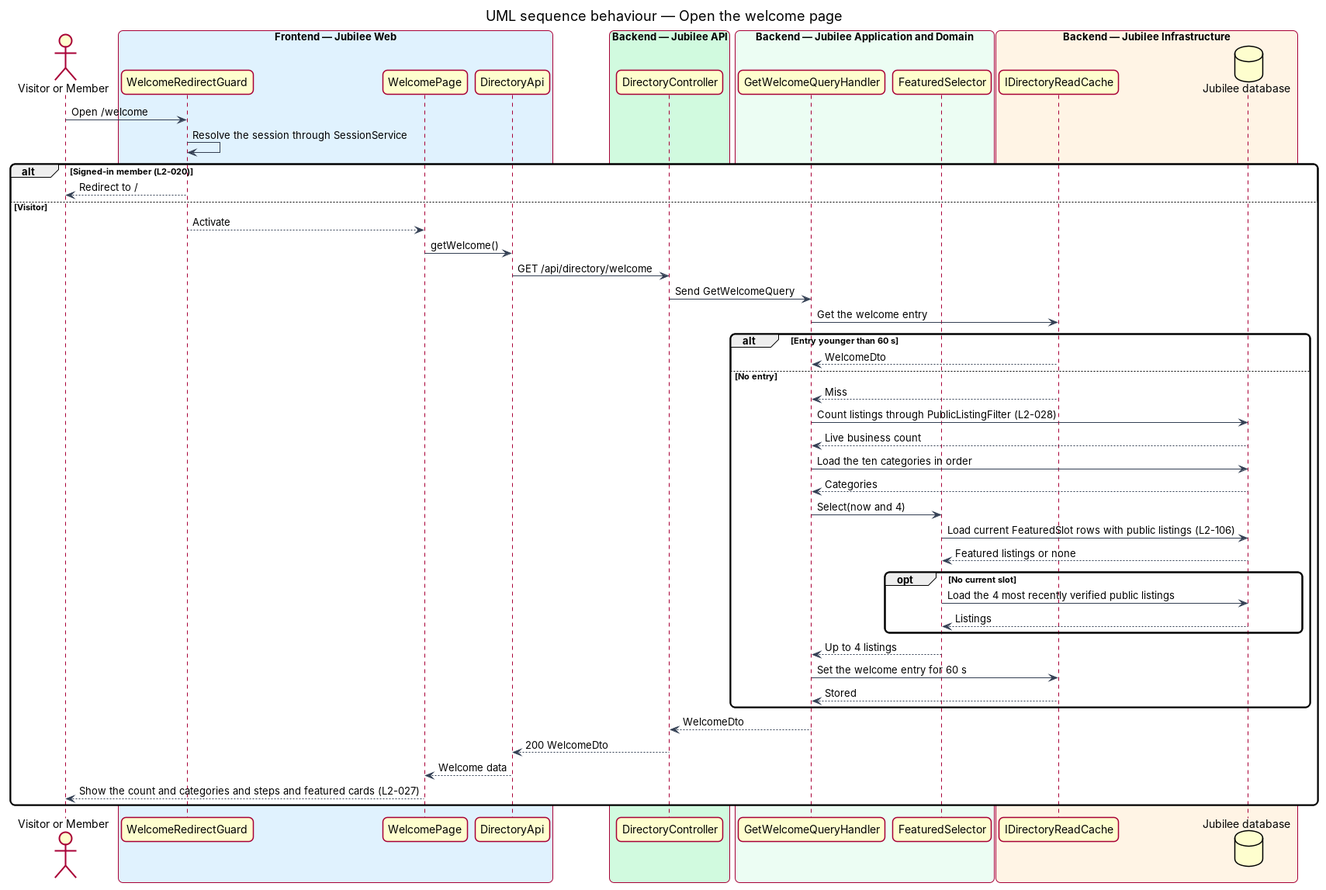
This is docs/detailed-designs/directory/view-welcome-page/diagrams/sequence-open-welcome-page.png from QuinntyneBrown/jubilee, a PlantUML export, as it was before one commit. Its source is kept beside it as docs/detailed-designs/directory/view-welcome-page/diagrams/sequence-open-welcome-page.puml. The source it was exported from:
```plantuml
@startuml
title UML sequence behaviour — Open the welcome page
skinparam backgroundColor #FFFFFF
skinparam shadowing false
skinparam roundcorner 12
skinparam defaultFontName Arial
skinparam ArrowColor #344054
skinparam rectangle {
  BorderColor #344054
  FontColor #101828
}
skinparam package {
  BorderColor #667085
  FontColor #101828
  BackgroundColor #F9FAFB
}


actor "Visitor or Member" as actor
box "Frontend — Jubilee Web" #E0F2FE
  participant "WelcomeRedirectGuard" as guard
  participant "WelcomePage" as page
  participant "DirectoryApi" as client
end box
box "Backend — Jubilee API" #D1FADF
  participant "DirectoryController" as controller
end box
box "Backend — Jubilee Application and Domain" #ECFDF3
  participant "GetWelcomeQueryHandler" as handler
  participant "FeaturedSelector" as selector
end box
box "Backend — Jubilee Infrastructure" #FFF4E5
  participant "IDirectoryReadCache" as cache
  database "Jubilee database" as db
end box
actor -> guard : Open /welcome
guard -> guard : Resolve the session through SessionService
alt Signed-in member (L2-020)
  guard --> actor : Redirect to /
else Visitor
  guard --> page : Activate
  page -> client : getWelcome()
  client -> controller : GET /api/directory/welcome
  controller -> handler : Send GetWelcomeQuery
  handler -> cache : Get the welcome entry
  alt Entry younger than 60 s
    cache --> handler : WelcomeDto
  else No entry
    cache --> handler : Miss
    handler -> db : Count listings through PublicListingFilter (L2-028)
    db --> handler : Live business count
    handler -> db : Load the ten categories in order
    db --> handler : Categories
    handler -> selector : Select(now and 4)
    selector -> db : Load current FeaturedSlot rows with public listings (L2-106)
    db --> selector : Featured listings or none
    opt No current slot
      selector -> db : Load the 4 most recently verified public listings
      db --> selector : Listings
    end
    selector --> handler : Up to 4 listings
    handler -> cache : Set the welcome entry for 60 s
    cache --> handler : Stored
  end
  handler --> controller : WelcomeDto
  controller --> client : 200 WelcomeDto
  client --> page : Welcome data
  page --> actor : Show the count and categories and steps and featured cards (L2-027)
end
@enduml
```
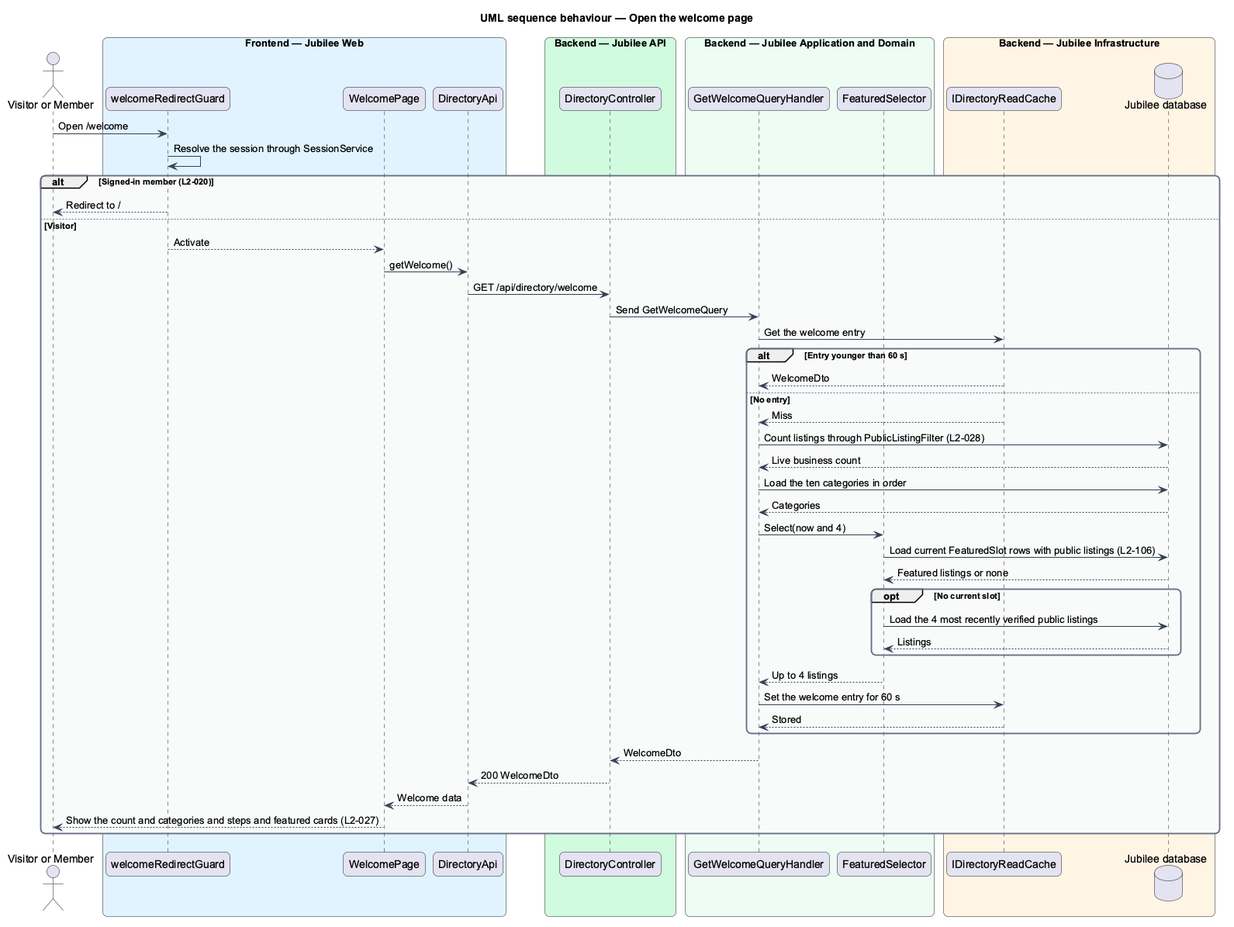
Above is the later version.

Change to the diagram source:
```diff
@@ -18,7 +18,7 @@
 
 actor "Visitor or Member" as actor
 box "Frontend — Jubilee Web" #E0F2FE
-  participant "WelcomeRedirectGuard" as guard
+  participant "welcomeRedirectGuard" as guard
   participant "WelcomePage" as page
   participant "DirectoryApi" as client
 end box
```
